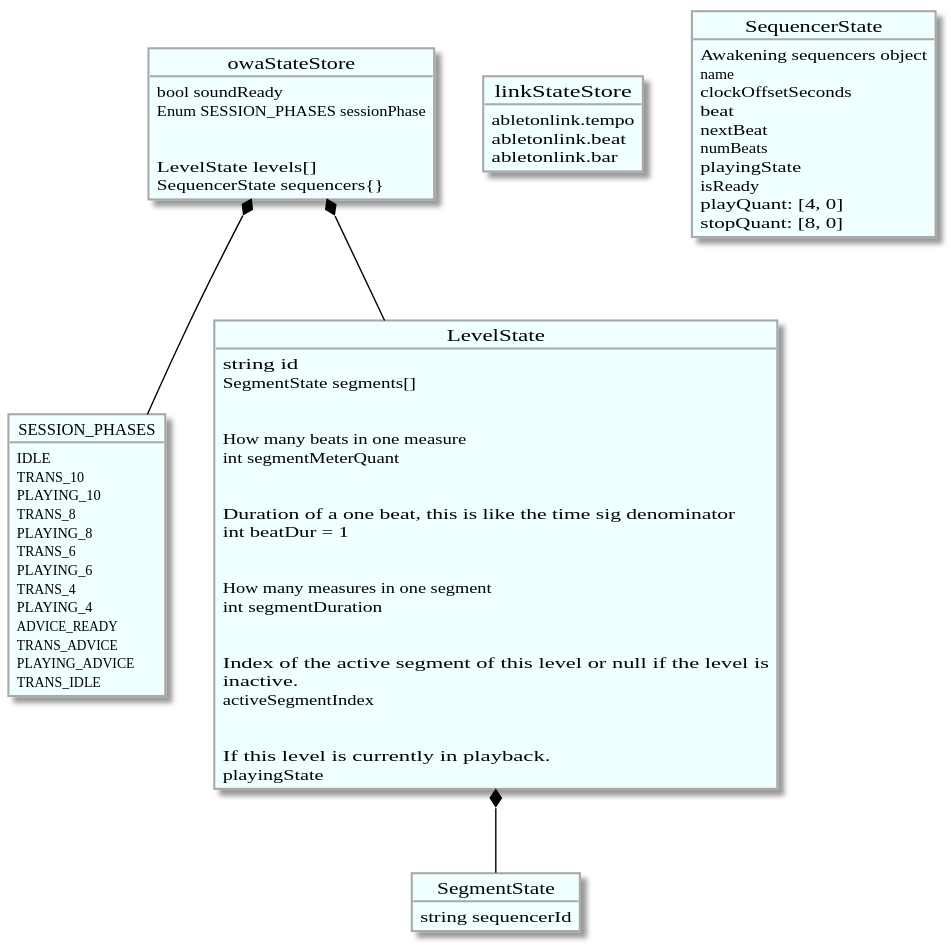
This is docs/data_model.svg from awakeningio/owa, a PlantUML export, as it was before one commit.
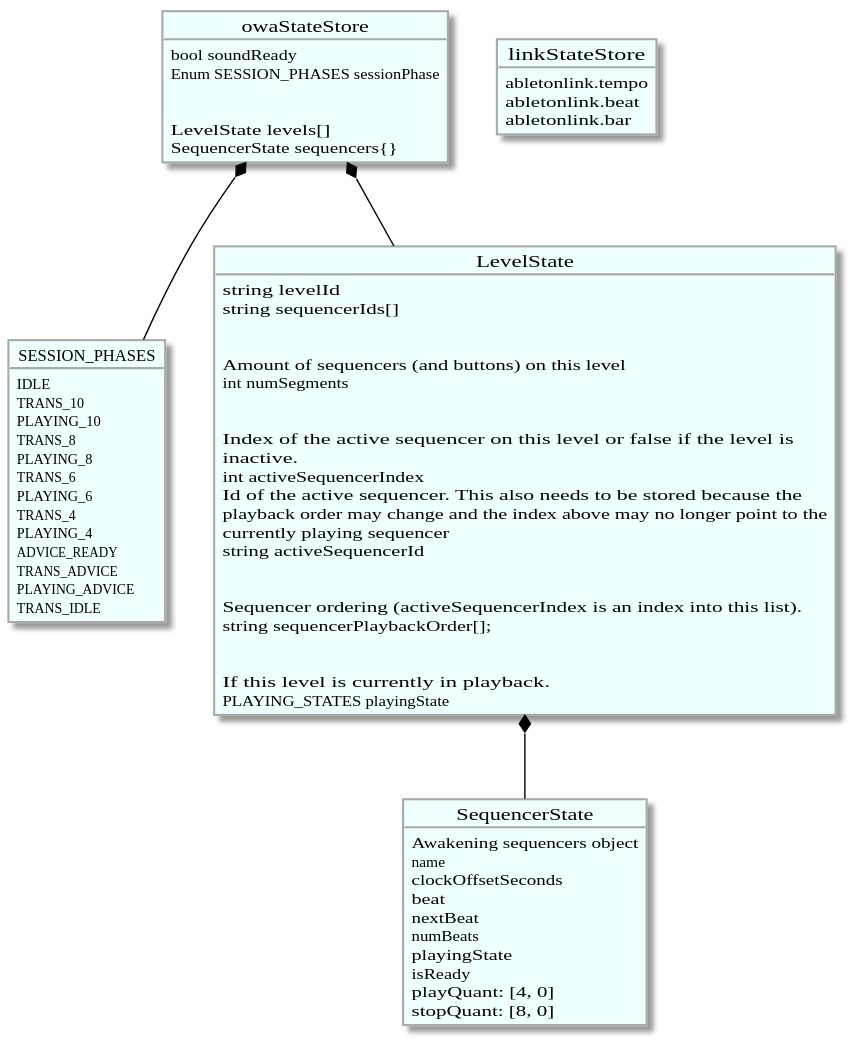
After the commit.

Commit message:
playing sequencers in a circle!

The edit, as a diff of the source:
```diff
@@ -67,31 +67,27 @@
 owaStateStore *-- SESSION_PHASES
 
 object LevelState {
-  string id
-  SegmentState segments[]
+  string levelId
+  string sequencerIds[]
   \n
-  How many beats in one measure
-  int segmentMeterQuant
+  Amount of sequencers (and buttons) on this level
+  int numSegments
   \n
-  Duration of a one beat, this is like the time sig denominator
-  int beatDur = 1
+  Index of the active sequencer on this level or false if the level is
+  inactive.
+  int activeSequencerIndex
+  Id of the active sequencer.  This also needs to be stored because the
+  playback order may change and the index above may no longer point to the
+  currently playing sequencer
+  string activeSequencerId
   \n
-  How many measures in one segment
-  int segmentDuration
-  \n
-  Index of the active segment of this level or null if the level is
-  inactive.
-  activeSegmentIndex
+  Sequencer ordering (activeSequencerIndex is an index into this list).
+  string sequencerPlaybackOrder[];
   \n
   If this level is currently in playback.
-  playingState
+  PLAYING_STATES playingState
 }
 owaStateStore *-- LevelState
-
-object SegmentState {
-  string sequencerId
-}
-LevelState *-- SegmentState
 
 object linkStateStore {
   abletonlink.tempo
@@ -112,6 +108,7 @@
   playQuant: [4, 0]
   stopQuant: [8, 0]
 }
+LevelState *-- SequencerState
 
 
 @enduml
```
